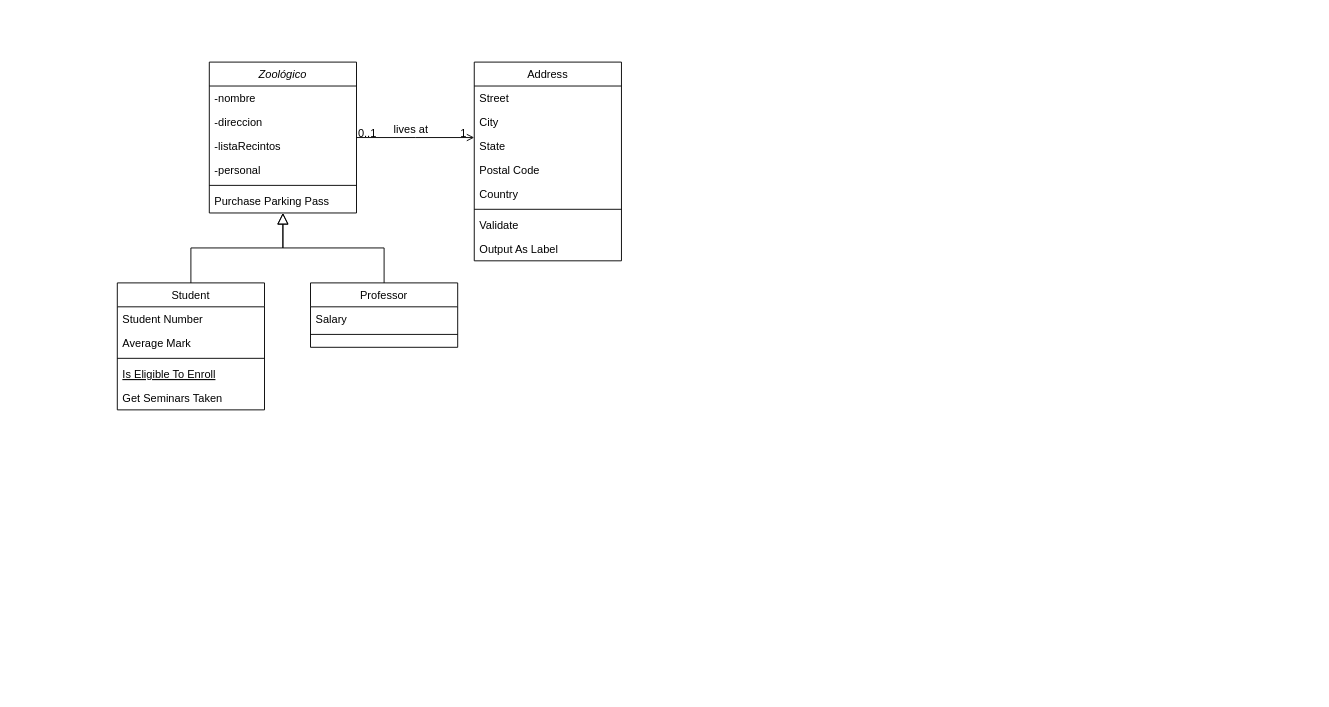
Earlier version of the draw.io diagram zoologico1.drawio (joaonunez/diagramasClase). Source tidied: cells renumbered, new cells numbered last; positions are measured from the earlier drawing's top-left corner, leaving out a move shared by most shapes. Both pictures are drawn from the tidied source at 92%, with x=0, y=0 at pixel (117, 62).
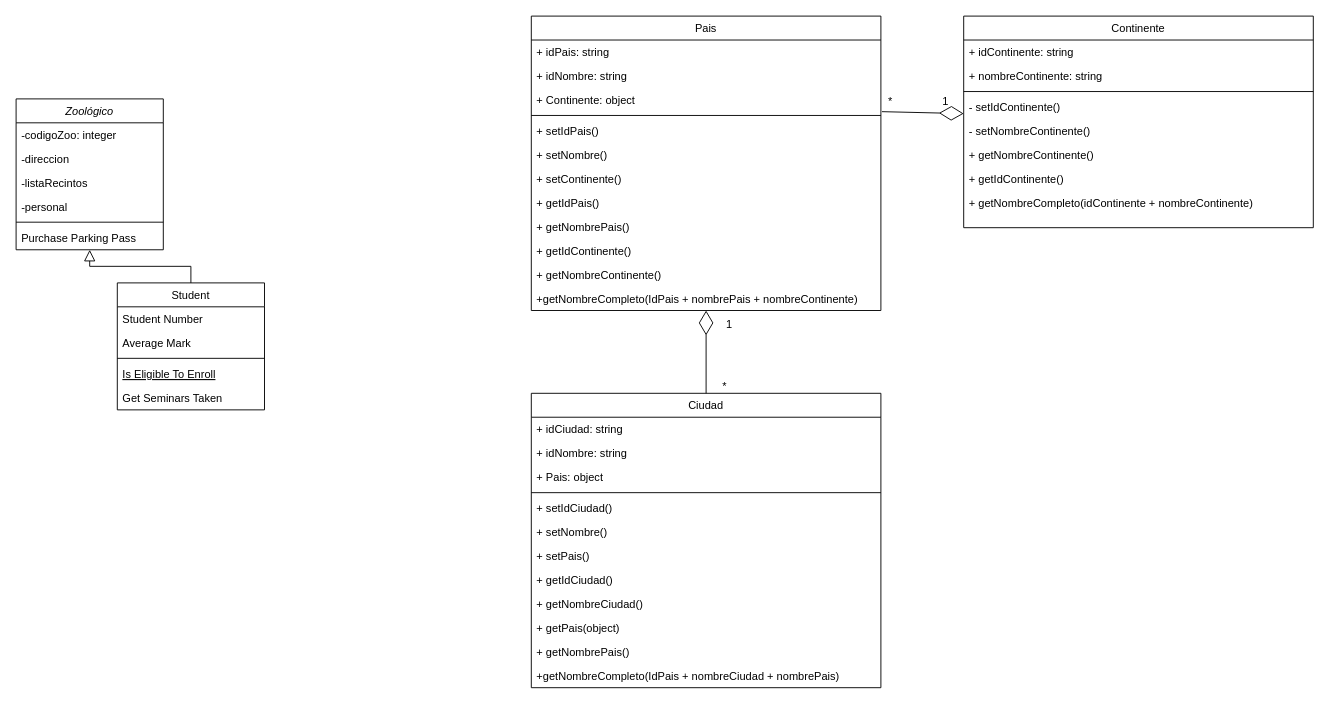
After the change.

The edit, as a diff of the source:
```diff
@@
     <mxCell id="2" value="Zoológico&#10;" style="swimlane;fontStyle=2;align=center;verticalAlign=top;horizontal=1;startSize=26;rounded=0;shadow=0;strokeWidth=1;" parent="1" vertex="1">
-      <mxGeometry x="100" width="160" height="164" as="geometry" />
+      <mxGeometry x="-110" y="40" width="160" height="164" as="geometry" />
     </mxCell>
-    <mxCell id="3" value="-nombre&#10;" style="text;align=left;verticalAlign=top;spacingLeft=4;spacingRight=4;overflow=hidden;rounded=0;shadow=0;html=0;" parent="2" vertex="1">
+    <mxCell id="3" value="-codigoZoo: integer " style="text;align=left;verticalAlign=top;spacingLeft=4;spacingRight=4;overflow=hidden;rounded=0;shadow=0;html=0;" parent="2" vertex="1">
       <mxGeometry y="26" width="160" height="26" as="geometry" />
     </mxCell>
@@
-    <mxCell id="16" value="Professor" style="swimlane;fontStyle=0;align=center;verticalAlign=top;horizontal=1;startSize=26;rounded=0;shadow=0;strokeWidth=1;" parent="1" vertex="1">
-      <mxGeometry x="210" y="240" width="160" height="70" as="geometry" />
+    <mxCell id="16" value="Pais&#10;" style="swimlane;fontStyle=0;align=center;verticalAlign=top;horizontal=1;startSize=26;rounded=0;shadow=0;strokeWidth=1;" parent="1" vertex="1">
+      <mxGeometry x="450" y="-50" width="380" height="320" as="geometry" />
     </mxCell>
+    <mxCell id="33" value="+ idPais: string" style="text;align=left;verticalAlign=top;spacingLeft=4;spacingRight=4;overflow=hidden;" parent="16" vertex="1">
+      <mxGeometry y="26" width="380" height="26" as="geometry" />
+    </mxCell>
+    <mxCell id="34" value="+ idNombre: string" style="text;align=left;verticalAlign=top;spacingLeft=4;spacingRight=4;overflow=hidden;" parent="16" vertex="1">
+      <mxGeometry y="52" width="380" height="26" as="geometry" />
+    </mxCell>
-    <mxCell id="17" value="Salary" style="text;align=left;verticalAlign=top;spacingLeft=4;spacingRight=4;overflow=hidden;points=[[0,0.5],[1,0.5]];portConstraint=eastwest;" parent="16" vertex="1">
-      <mxGeometry y="26" width="160" height="26" as="geometry" />
+    <mxCell id="17" value="+ Continente: object" style="text;align=left;verticalAlign=top;spacingLeft=4;spacingRight=4;overflow=hidden;points=[[0,0.5],[1,0.5]];portConstraint=eastwest;" parent="16" vertex="1">
+      <mxGeometry y="78" width="380" height="26" as="geometry" />
     </mxCell>
     <mxCell id="18" style="line;html=1;strokeWidth=1;align=left;verticalAlign=middle;spacingTop=-1;spacingLeft=3;spacingRight=3;labelPosition=right;" parent="16" vertex="1">
-      <mxGeometry y="52" width="160" height="8" as="geometry" />
+      <mxGeometry y="104" width="380" height="8" as="geometry" />
     </mxCell>
-    <mxCell id="19" style="endArrow=block;endSize=10;endFill=0;shadow=0;strokeWidth=1;rounded=0;curved=0;edgeStyle=elbowEdgeStyle;elbow=vertical;" parent="1" edge="1" source="16" target="2">
-      <mxGeometry relative="1" as="geometry" />
-    </mxCell>
+    <mxCell id="35" value="+ setIdPais()&#10;" style="text;align=left;verticalAlign=top;spacingLeft=4;spacingRight=4;overflow=hidden;" parent="16" vertex="1">
+      <mxGeometry y="112" width="380" height="26" as="geometry" />
+    </mxCell>
+    <mxCell id="36" value="+ setNombre()" style="text;align=left;verticalAlign=top;spacingLeft=4;spacingRight=4;overflow=hidden;" parent="16" vertex="1">
+      <mxGeometry y="138" width="380" height="26" as="geometry" />
+    </mxCell>
+    <mxCell id="37" value="+ setContinente()" style="text;align=left;verticalAlign=top;spacingLeft=4;spacingRight=4;overflow=hidden;" parent="16" vertex="1">
+      <mxGeometry y="164" width="380" height="26" as="geometry" />
+    </mxCell>
+    <mxCell id="38" value="+ getIdPais()" style="text;align=left;verticalAlign=top;spacingLeft=4;spacingRight=4;overflow=hidden;" parent="16" vertex="1">
+      <mxGeometry y="190" width="380" height="26" as="geometry" />
+    </mxCell>
+    <mxCell id="39" value="+ getNombrePais()" style="text;align=left;verticalAlign=top;spacingLeft=4;spacingRight=4;overflow=hidden;" parent="16" vertex="1">
+      <mxGeometry y="216" width="380" height="26" as="geometry" />
+    </mxCell>
+    <mxCell id="40" value="+ getIdContinente()" style="text;align=left;verticalAlign=top;spacingLeft=4;spacingRight=4;overflow=hidden;" parent="16" vertex="1">
+      <mxGeometry y="242" width="380" height="26" as="geometry" />
+    </mxCell>
+    <mxCell id="41" value="+ getNombreContinente()" style="text;align=left;verticalAlign=top;spacingLeft=4;spacingRight=4;overflow=hidden;" parent="16" vertex="1">
+      <mxGeometry y="268" width="380" height="26" as="geometry" />
+    </mxCell>
+    <mxCell id="42" value="+getNombreCompleto(IdPais + nombrePais + nombreContinente)" style="text;align=left;verticalAlign=top;spacingLeft=4;spacingRight=4;overflow=hidden;" parent="16" vertex="1">
+      <mxGeometry y="294" width="380" height="26" as="geometry" />
+    </mxCell>
-    <mxCell id="20" value="Address" style="swimlane;fontStyle=0;align=center;verticalAlign=top;horizontal=1;startSize=26;rounded=0;shadow=0;strokeWidth=1;" parent="1" vertex="1">
-      <mxGeometry x="388" width="160" height="216" as="geometry" />
+    <mxCell id="20" value="Continente" style="swimlane;fontStyle=0;align=center;verticalAlign=top;horizontal=1;startSize=26;rounded=0;shadow=0;strokeWidth=1;" parent="1" vertex="1">
+      <mxGeometry x="920" y="-50" width="380" height="230" as="geometry" />
     </mxCell>
-    <mxCell id="21" value="Street" style="text;align=left;verticalAlign=top;spacingLeft=4;spacingRight=4;overflow=hidden;" parent="20" vertex="1">
-      <mxGeometry y="26" width="160" height="26" as="geometry" />
+    <mxCell id="21" value="+ idContinente: string" style="text;align=left;verticalAlign=top;spacingLeft=4;spacingRight=4;overflow=hidden;" parent="20" vertex="1">
+      <mxGeometry y="26" width="380" height="26" as="geometry" />
     </mxCell>
-    <mxCell id="22" value="City" style="text;align=left;verticalAlign=top;spacingLeft=4;spacingRight=4;overflow=hidden;rounded=0;shadow=0;html=0;" parent="20" vertex="1">
-      <mxGeometry y="52" width="160" height="26" as="geometry" />
-    </mxCell>
-    <mxCell id="23" value="State" style="text;align=left;verticalAlign=top;spacingLeft=4;spacingRight=4;overflow=hidden;rounded=0;shadow=0;html=0;" parent="20" vertex="1">
-      <mxGeometry y="78" width="160" height="26" as="geometry" />
-    </mxCell>
-    <mxCell id="24" value="Postal Code" style="text;align=left;verticalAlign=top;spacingLeft=4;spacingRight=4;overflow=hidden;rounded=0;shadow=0;html=0;" parent="20" vertex="1">
-      <mxGeometry y="104" width="160" height="26" as="geometry" />
-    </mxCell>
-    <mxCell id="25" value="Country" style="text;align=left;verticalAlign=top;spacingLeft=4;spacingRight=4;overflow=hidden;rounded=0;shadow=0;html=0;" parent="20" vertex="1">
-      <mxGeometry y="130" width="160" height="26" as="geometry" />
-    </mxCell>
+    <mxCell id="43" value="+ nombreContinente: string" style="text;align=left;verticalAlign=top;spacingLeft=4;spacingRight=4;overflow=hidden;rounded=0;shadow=0;html=0;" parent="20" vertex="1">
+      <mxGeometry y="52" width="380" height="26" as="geometry" />
+    </mxCell>
     <mxCell id="26" style="line;html=1;strokeWidth=1;align=left;verticalAlign=middle;spacingTop=-1;spacingLeft=3;spacingRight=3;labelPosition=right;" parent="20" vertex="1">
-      <mxGeometry y="156" width="160" height="8" as="geometry" />
+      <mxGeometry y="78" width="380" height="8" as="geometry" />
     </mxCell>
-    <mxCell id="27" value="Validate" style="text;align=left;verticalAlign=top;spacingLeft=4;spacingRight=4;overflow=hidden;points=[[0,0.5],[1,0.5]];portConstraint=eastwest;" parent="20" vertex="1">
-      <mxGeometry y="164" width="160" height="26" as="geometry" />
+    <mxCell id="27" value="- setIdContinente()" style="text;align=left;verticalAlign=top;spacingLeft=4;spacingRight=4;overflow=hidden;points=[[0,0.5],[1,0.5]];portConstraint=eastwest;" parent="20" vertex="1">
+      <mxGeometry y="86" width="380" height="26" as="geometry" />
     </mxCell>
-    <mxCell id="28" value="Output As Label" style="text;align=left;verticalAlign=top;spacingLeft=4;spacingRight=4;overflow=hidden;" parent="20" vertex="1">
-      <mxGeometry y="190" width="160" height="26" as="geometry" />
+    <mxCell id="28" value="- setNombreContinente()&#10;" style="text;align=left;verticalAlign=top;spacingLeft=4;spacingRight=4;overflow=hidden;" parent="20" vertex="1">
+      <mxGeometry y="112" width="380" height="26" as="geometry" />
     </mxCell>
-    <mxCell id="29" style="endArrow=open;shadow=0;strokeWidth=1;rounded=0;curved=0;endFill=1;edgeStyle=elbowEdgeStyle;elbow=vertical;" parent="1" edge="1" source="2" target="20">
-      <mxGeometry x="0.5" y="41" relative="1" as="geometry">
-        <mxPoint x="-40" y="32" as="offset" />
-      </mxGeometry>
-    </mxCell>
-    <mxCell id="30" value="0..1" style="align=left;verticalAlign=bottom;labelBackgroundColor=none;fontSize=12;" parent="29" vertex="1">
-      <mxGeometry x="-1" relative="1" as="geometry">
-        <mxPoint y="4" as="offset" />
-      </mxGeometry>
-    </mxCell>
-    <mxCell id="31" value="1" style="align=right;verticalAlign=bottom;labelBackgroundColor=none;fontSize=12;" parent="29" vertex="1">
-      <mxGeometry x="1" relative="1" as="geometry">
-        <mxPoint x="-7" y="4" as="offset" />
-      </mxGeometry>
-    </mxCell>
-    <mxCell id="32" value="lives at" style="text;html=1;align=center;verticalAlign=middle;labelBackgroundColor=none;rounded=0;shadow=0;strokeWidth=1;fontSize=12;" parent="29" vertex="1">
-      <mxGeometry x="0.5" y="49" relative="1" as="geometry">
-        <mxPoint x="-38" y="40" as="offset" />
-      </mxGeometry>
-    </mxCell>
+    <mxCell id="44" value="+ getNombreContinente()" style="text;align=left;verticalAlign=top;spacingLeft=4;spacingRight=4;overflow=hidden;" parent="20" vertex="1">
+      <mxGeometry y="138" width="380" height="26" as="geometry" />
+    </mxCell>
+    <mxCell id="45" value="+ getIdContinente()&#10;" style="text;align=left;verticalAlign=top;spacingLeft=4;spacingRight=4;overflow=hidden;" parent="20" vertex="1">
+      <mxGeometry y="164" width="380" height="26" as="geometry" />
+    </mxCell>
+    <mxCell id="46" value="+ getNombreCompleto(idContinente + nombreContinente)&#10;" style="text;align=left;verticalAlign=top;spacingLeft=4;spacingRight=4;overflow=hidden;" parent="20" vertex="1">
+      <mxGeometry y="190" width="380" height="26" as="geometry" />
+    </mxCell>
+    <mxCell id="47" style="endArrow=diamondThin;endFill=0;endSize=24;html=1;rounded=0;entryX=0;entryY=0.769;entryDx=0;entryDy=0;exitX=1.003;exitY=0.995;exitDx=0;exitDy=0;exitPerimeter=0;entryPerimeter=0;" parent="1" edge="1" source="17" target="27">
+      <mxGeometry relative="1" as="geometry" />
+    </mxCell>
+    <mxCell id="48" value="Ciudad" style="swimlane;fontStyle=0;align=center;verticalAlign=top;horizontal=1;startSize=26;rounded=0;shadow=0;strokeWidth=1;" parent="1" vertex="1">
+      <mxGeometry x="450" y="360" width="380" height="320" as="geometry" />
+    </mxCell>
+    <mxCell id="49" value="+ idCiudad: string" style="text;align=left;verticalAlign=top;spacingLeft=4;spacingRight=4;overflow=hidden;" parent="48" vertex="1">
+      <mxGeometry y="26" width="380" height="26" as="geometry" />
+    </mxCell>
+    <mxCell id="50" value="+ idNombre: string" style="text;align=left;verticalAlign=top;spacingLeft=4;spacingRight=4;overflow=hidden;" parent="48" vertex="1">
+      <mxGeometry y="52" width="380" height="26" as="geometry" />
+    </mxCell>
+    <mxCell id="51" value="+ Pais: object" style="text;align=left;verticalAlign=top;spacingLeft=4;spacingRight=4;overflow=hidden;" parent="48" vertex="1">
+      <mxGeometry y="78" width="380" height="26" as="geometry" />
+    </mxCell>
+    <mxCell id="52" style="line;html=1;strokeWidth=1;align=left;verticalAlign=middle;spacingTop=-1;spacingLeft=3;spacingRight=3;labelPosition=right;" parent="48" vertex="1">
+      <mxGeometry y="104" width="380" height="8" as="geometry" />
+    </mxCell>
+    <mxCell id="53" value="+ setIdCiudad()&#10;" style="text;align=left;verticalAlign=top;spacingLeft=4;spacingRight=4;overflow=hidden;" parent="48" vertex="1">
+      <mxGeometry y="112" width="380" height="26" as="geometry" />
+    </mxCell>
+    <mxCell id="54" value="+ setNombre()" style="text;align=left;verticalAlign=top;spacingLeft=4;spacingRight=4;overflow=hidden;" parent="48" vertex="1">
+      <mxGeometry y="138" width="380" height="26" as="geometry" />
+    </mxCell>
+    <mxCell id="55" value="+ setPais()" style="text;align=left;verticalAlign=top;spacingLeft=4;spacingRight=4;overflow=hidden;" parent="48" vertex="1">
+      <mxGeometry y="164" width="380" height="26" as="geometry" />
+    </mxCell>
+    <mxCell id="56" value="+ getIdCiudad()" style="text;align=left;verticalAlign=top;spacingLeft=4;spacingRight=4;overflow=hidden;" parent="48" vertex="1">
+      <mxGeometry y="190" width="380" height="26" as="geometry" />
+    </mxCell>
+    <mxCell id="57" value="+ getNombreCiudad()" style="text;align=left;verticalAlign=top;spacingLeft=4;spacingRight=4;overflow=hidden;" parent="48" vertex="1">
+      <mxGeometry y="216" width="380" height="26" as="geometry" />
+    </mxCell>
+    <mxCell id="58" value="+ getPais(object)" style="text;align=left;verticalAlign=top;spacingLeft=4;spacingRight=4;overflow=hidden;" parent="48" vertex="1">
+      <mxGeometry y="242" width="380" height="26" as="geometry" />
+    </mxCell>
+    <mxCell id="59" value="+ getNombrePais()" style="text;align=left;verticalAlign=top;spacingLeft=4;spacingRight=4;overflow=hidden;" parent="48" vertex="1">
+      <mxGeometry y="268" width="380" height="26" as="geometry" />
+    </mxCell>
+    <mxCell id="60" value="+getNombreCompleto(IdPais + nombreCiudad + nombrePais)" style="text;align=left;verticalAlign=top;spacingLeft=4;spacingRight=4;overflow=hidden;" parent="48" vertex="1">
+      <mxGeometry y="294" width="380" height="26" as="geometry" />
+    </mxCell>
+    <mxCell id="61" style="endArrow=diamondThin;endFill=0;endSize=24;html=1;rounded=0;" parent="1" edge="1" source="48">
+      <mxGeometry relative="1" as="geometry">
+        <mxPoint x="640" y="270" as="targetPoint" />
+      </mxGeometry>
+    </mxCell>
+    <mxCell id="62" value="1" style="text;html=1;align=center;verticalAlign=middle;strokeColor=none;fillColor=none;" parent="1" vertex="1">
+      <mxGeometry x="885" y="28" width="30" height="30" as="geometry" />
+    </mxCell>
+    <mxCell id="63" value="*" style="text;html=1;align=center;verticalAlign=middle;strokeColor=none;fillColor=none;" parent="1" vertex="1">
+      <mxGeometry x="825" y="28" width="30" height="30" as="geometry" />
+    </mxCell>
+    <mxCell id="64" value="1" style="text;html=1;align=center;verticalAlign=middle;strokeColor=none;fillColor=none;" parent="1" vertex="1">
+      <mxGeometry x="650" y="270" width="30" height="30" as="geometry" />
+    </mxCell>
+    <mxCell id="65" value="*" style="text;html=1;align=center;verticalAlign=middle;strokeColor=none;fillColor=none;" parent="1" vertex="1">
+      <mxGeometry x="645" y="338" width="30" height="30" as="geometry" />
+    </mxCell>
```
